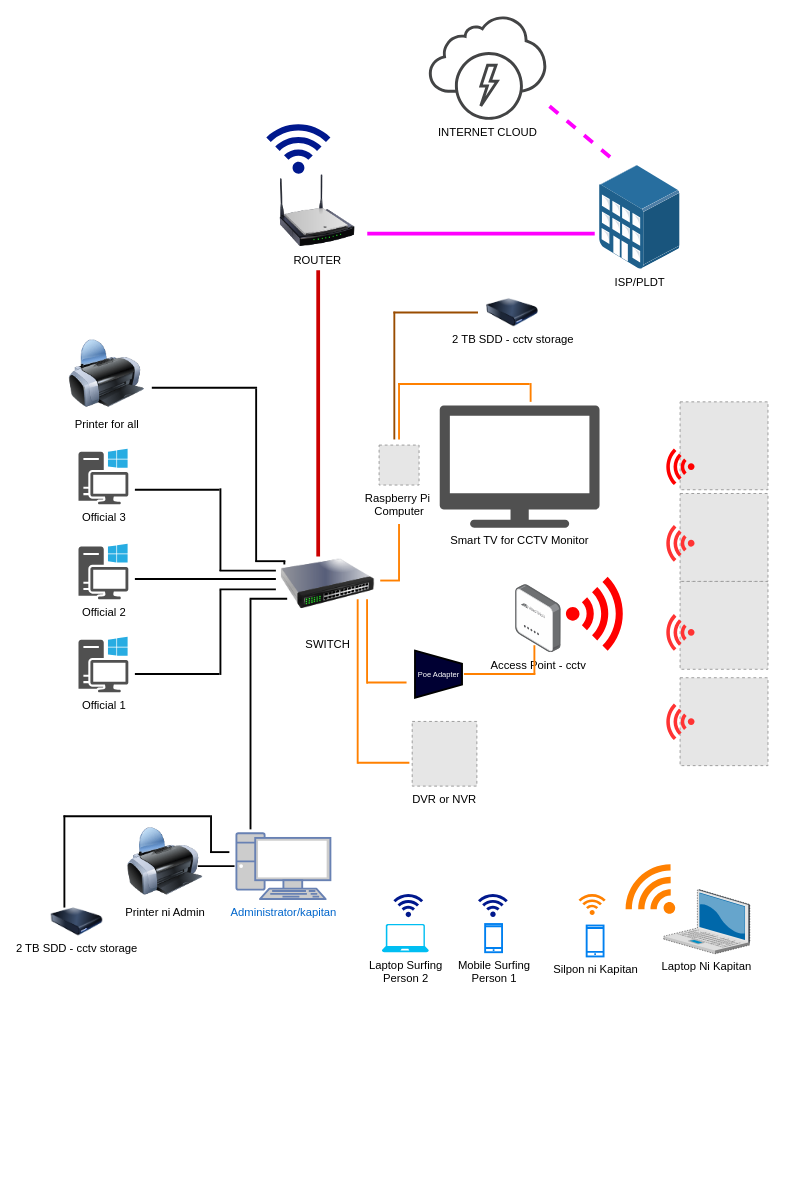
Above: Untitled Diagram.drawio in Jayke770/ojt (draw.io), before the change. Source tidied: cells renumbered, new cells numbered last; positions are measured from the earlier drawing's top-left corner, leaving out a move shared by most shapes. Both pictures are drawn from the tidied source at 94%, with x=0, y=0 at pixel (50, 16). Pictures stored in the file or linked from it are replaced by grey dashed boxes.
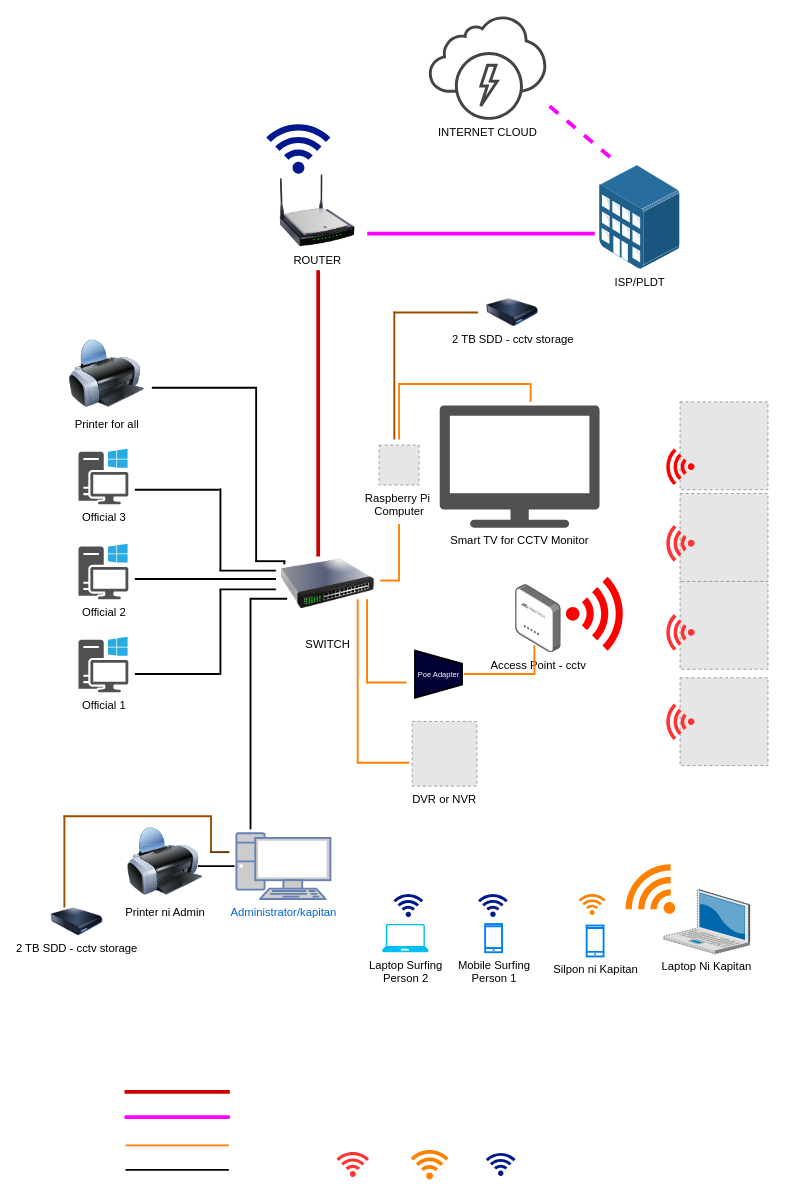
The same diagram, later.

Change to the diagram source:
```diff
@@
-    <mxCell id="67" style="line;strokeWidth=2;direction=south;html=1;" parent="1" vertex="1">
+    <mxCell id="67" style="line;strokeWidth=2;direction=south;html=1;strokeColor=#994C00;" parent="1" vertex="1">
       <mxGeometry x="10" y="850" width="10" height="98" as="geometry" />
     </mxCell>
-    <mxCell id="68" style="line;strokeWidth=2;html=1;" parent="1" vertex="1">
+    <mxCell id="68" style="line;strokeWidth=2;html=1;strokeColor=#994C00;" parent="1" vertex="1">
       <mxGeometry x="14" y="845.9" width="156" height="10" as="geometry" />
     </mxCell>
-    <mxCell id="69" style="line;strokeWidth=2;direction=south;html=1;" parent="1" vertex="1">
+    <mxCell id="69" style="line;strokeWidth=2;direction=south;html=1;strokeColor=#994C00;" parent="1" vertex="1">
       <mxGeometry x="166" y="849.9" width="10" height="40.1" as="geometry" />
     </mxCell>
-    <mxCell id="70" style="line;strokeWidth=2;html=1;" parent="1" vertex="1">
+    <mxCell id="70" style="line;strokeWidth=2;html=1;strokeColor=#663300;" parent="1" vertex="1">
       <mxGeometry x="170" y="884" width="20.5" height="10" as="geometry" />
     </mxCell>
+    <mxCell id="71" style="line;strokeWidth=4;direction=south;html=1;rotation=90;strokeColor=#FF00FF;" parent="1" vertex="1">
+      <mxGeometry x="130" y="1115" width="10" height="112" as="geometry" />
+    </mxCell>
+    <mxCell id="72" style="line;strokeWidth=2;html=1;" parent="1" vertex="1">
+      <mxGeometry x="80" y="1222" width="110" height="10" as="geometry" />
+    </mxCell>
+    <mxCell id="73" style="line;strokeWidth=2;html=1;strokeColor=#FF8000;" parent="1" vertex="1">
+      <mxGeometry x="80" y="1196" width="110" height="10" as="geometry" />
+    </mxCell>
+    <mxCell id="74" style="shadow=0;dashed=0;html=1;strokeColor=none;labelPosition=center;verticalLabelPosition=bottom;verticalAlign=top;align=center;shape=mxgraph.mscae.enterprise.wireless_connection;rotation=-90;fillColor=#FF3333;" parent="1" vertex="1">
+      <mxGeometry x="307.3" y="1202.9" width="29" height="34.5" as="geometry" />
+    </mxCell>
+    <mxCell id="75" style="shadow=0;dashed=0;html=1;strokeColor=none;labelPosition=center;verticalLabelPosition=bottom;verticalAlign=top;align=center;shape=mxgraph.mscae.enterprise.wireless_connection;rotation=-90;fillColor=#FF8000;" parent="1" vertex="1">
+      <mxGeometry x="386.5" y="1200" width="34" height="40.4" as="geometry" />
+    </mxCell>
+    <mxCell id="76" style="shadow=0;dashed=0;html=1;strokeColor=none;labelPosition=center;verticalLabelPosition=bottom;verticalAlign=top;align=center;fillColor=#00188D;shape=mxgraph.mscae.enterprise.wireless_connection;direction=south;rotation=-180;" parent="1" vertex="1">
+      <mxGeometry x="463.3" y="1206.9" width="31.7" height="26.7" as="geometry" />
+    </mxCell>
+    <mxCell id="77" style="line;strokeWidth=4;direction=south;html=1;rotation=90;strokeColor=#CC0000;" parent="1" vertex="1">
+      <mxGeometry x="130" y="1088" width="10" height="112" as="geometry" />
+    </mxCell>
```
